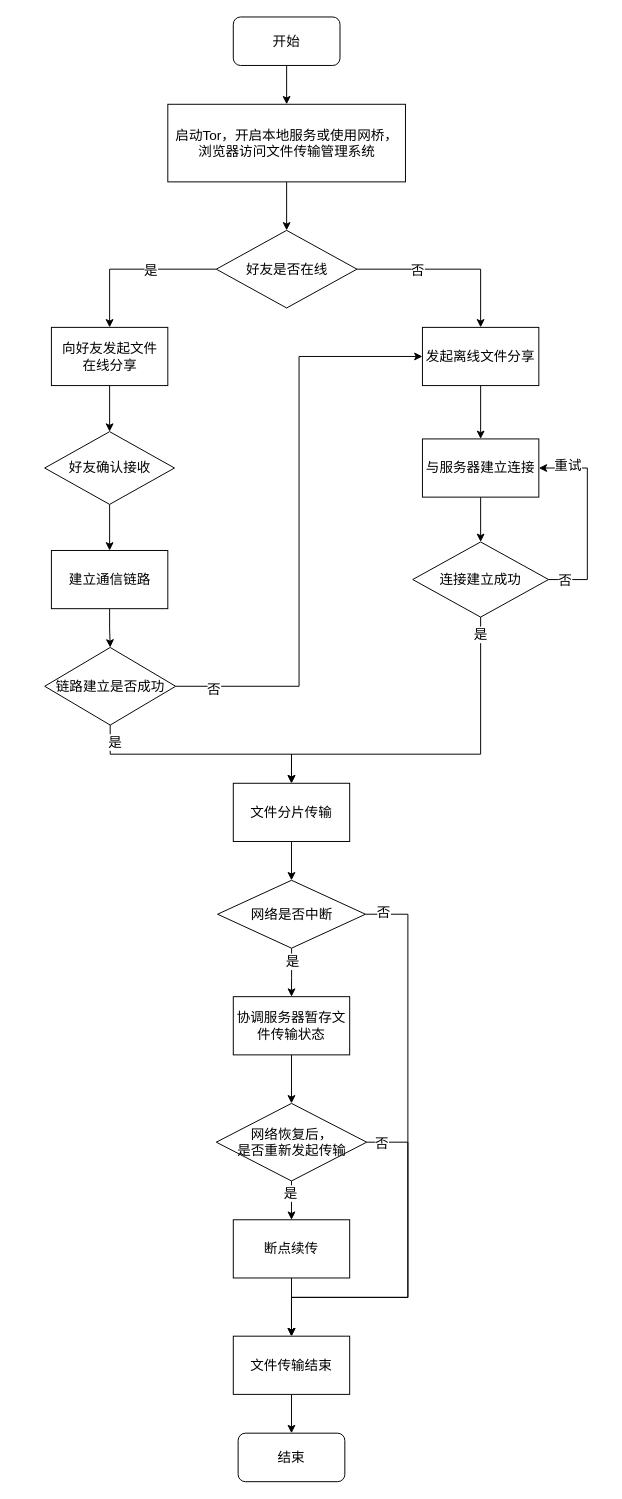
This is 文件传输流程图.drawio from Whistle1988/code, a draw.io file, before an edit. Source tidied: cells renumbered, new cells numbered last; positions are measured from the earlier drawing's top-left corner, leaving out a move shared by most shapes. Both pictures are drawn from the tidied source at 97%, with x=0, y=0 at pixel (45, 16).
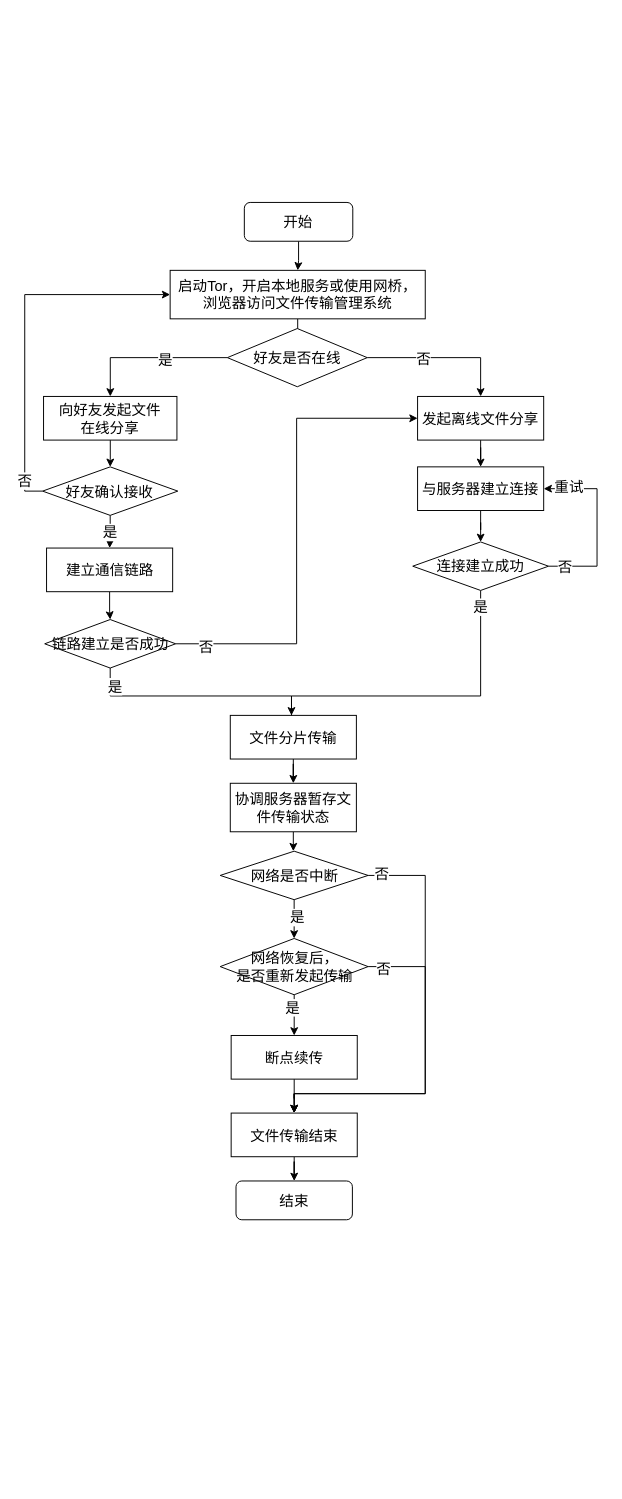
The same page after the edit.

Commit message (it also covers changes not shown here):
Update 文件传输流程图.drawio

What changed in the source:
```diff
@@
-    <mxCell id="2" style="edgeStyle=orthogonalEdgeStyle;rounded=0;jettySize=auto;html=1;fontSize=14;" parent="1" edge="1" source="3" target="5">
+    <mxCell id="2" style="edgeStyle=orthogonalEdgeStyle;rounded=0;jettySize=auto;html=1;fontSize=15;" parent="1" edge="1" source="3" target="5">
       <mxGeometry relative="1" as="geometry" />
     </mxCell>
-    <mxCell id="3" value="开始" style="rounded=1;whiteSpace=wrap;html=1;fontSize=14;" parent="1" vertex="1">
-      <mxGeometry x="194" width="110" height="50" as="geometry" />
+    <mxCell id="3" value="开始" style="rounded=1;whiteSpace=wrap;html=1;fontSize=15;" parent="1" vertex="1">
+      <mxGeometry x="205.4" y="191.2" width="111.8" height="40" as="geometry" />
     </mxCell>
-    <mxCell id="4" style="edgeStyle=orthogonalEdgeStyle;rounded=0;jettySize=auto;html=1;fontSize=14;" parent="1" edge="1" source="5" target="10">
+    <mxCell id="4" style="edgeStyle=orthogonalEdgeStyle;rounded=0;jettySize=auto;html=1;fontSize=15;" parent="1" edge="1" source="5" target="10">
       <mxGeometry relative="1" as="geometry" />
     </mxCell>
-    <mxCell id="5" value="启动Tor，开启本地服务或使用网桥，&lt;br&gt;浏览器访问文件传输管理系统" style="rounded=0;whiteSpace=wrap;html=1;fontSize=14;" parent="1" vertex="1">
-      <mxGeometry x="126.5" y="90" width="245" height="80" as="geometry" />
+    <mxCell id="5" value="启动Tor，开启本地服务或使用网桥，&lt;br style=&quot;font-size: 15px;&quot;&gt;浏览器访问文件传输管理系统" style="rounded=0;whiteSpace=wrap;html=1;fontSize=15;" parent="1" vertex="1">
+      <mxGeometry x="128.9" y="261.2" width="263" height="50" as="geometry" />
     </mxCell>
-    <mxCell id="6" style="edgeStyle=orthogonalEdgeStyle;rounded=0;jettySize=auto;html=1;fontSize=14;" parent="1" edge="1" source="10" target="12">
+    <mxCell id="6" style="edgeStyle=orthogonalEdgeStyle;rounded=0;jettySize=auto;html=1;fontSize=15;" parent="1" edge="1" source="10" target="12">
       <mxGeometry relative="1" as="geometry" />
     </mxCell>
-    <mxCell id="7" value="是" style="edgeLabel;html=1;align=center;verticalAlign=middle;fontSize=14;" parent="6" vertex="1">
+    <mxCell id="7" value="是" style="edgeLabel;html=1;align=center;verticalAlign=middle;fontSize=15;" parent="6" vertex="1">
       <mxGeometry x="-0.2" y="1" relative="1" as="geometry" />
     </mxCell>
-    <mxCell id="8" style="edgeStyle=orthogonalEdgeStyle;rounded=0;jettySize=auto;html=1;fontSize=14;entryX=0.5;entryY=0;entryDx=0;entryDy=0;" parent="1" edge="1" source="10" target="14">
+    <mxCell id="8" style="edgeStyle=orthogonalEdgeStyle;rounded=0;jettySize=auto;html=1;fontSize=15;entryX=0.5;entryY=0;entryDx=0;entryDy=0;exitX=1;exitY=0.5;exitDx=0;exitDy=0;" parent="1" edge="1" source="10" target="14">
       <mxGeometry relative="1" as="geometry">
         <Array as="points">
-          <mxPoint x="449" y="260" />
+          <mxPoint x="449" y="351.2" />
         </Array>
       </mxGeometry>
     </mxCell>
-    <mxCell id="9" value="否" style="edgeLabel;html=1;align=center;verticalAlign=middle;fontSize=14;" parent="8" vertex="1">
+    <mxCell id="9" value="否" style="edgeLabel;html=1;align=center;verticalAlign=middle;fontSize=15;" parent="8" vertex="1">
       <mxGeometry x="-0.68" y="2" relative="1" as="geometry">
         <mxPoint x="32" y="2" as="offset" />
       </mxGeometry>
     </mxCell>
-    <mxCell id="10" value="好友是否在线" style="rhombus;whiteSpace=wrap;html=1;rounded=0;fontSize=14;" parent="1" vertex="1">
-      <mxGeometry x="176.5" y="220" width="145" height="80" as="geometry" />
+    <mxCell id="10" value="好友是否在线" style="rhombus;whiteSpace=wrap;html=1;rounded=0;fontSize=15;" parent="1" vertex="1">
+      <mxGeometry x="187.9" y="321.2" width="144.2" height="60" as="geometry" />
     </mxCell>
-    <mxCell id="11" style="edgeStyle=orthogonalEdgeStyle;rounded=0;jettySize=auto;html=1;fontSize=14;" parent="1" edge="1" source="12" target="16">
+    <mxCell id="11" style="edgeStyle=orthogonalEdgeStyle;rounded=0;jettySize=auto;html=1;fontSize=15;" parent="1" edge="1" source="12" target="16">
       <mxGeometry relative="1" as="geometry" />
     </mxCell>
-    <mxCell id="12" value="向好友发起文件&lt;br&gt;在线分享" style="rounded=0;whiteSpace=wrap;html=1;fontSize=14;" parent="1" vertex="1">
-      <mxGeometry x="6.5" y="320" width="120" height="60" as="geometry" />
+    <mxCell id="12" value="向好友发起文件&lt;br style=&quot;font-size: 15px;&quot;&gt;在线分享" style="rounded=0;whiteSpace=wrap;html=1;fontSize=15;" parent="1" vertex="1">
+      <mxGeometry x="-1.6" y="391.2" width="137.5" height="45" as="geometry" />
     </mxCell>
-    <mxCell id="13" style="edgeStyle=orthogonalEdgeStyle;rounded=0;jettySize=auto;html=1;fontSize=14;" parent="1" edge="1" source="14" target="27">
+    <mxCell id="13" style="edgeStyle=orthogonalEdgeStyle;rounded=0;jettySize=auto;html=1;fontSize=15;" parent="1" edge="1" source="14" target="27">
       <mxGeometry relative="1" as="geometry" />
     </mxCell>
-    <mxCell id="14" value="发起离线文件分享" style="whiteSpace=wrap;html=1;rounded=0;fontSize=14;" parent="1" vertex="1">
-      <mxGeometry x="389" y="320" width="120" height="60" as="geometry" />
+    <mxCell id="14" value="发起离线文件分享" style="whiteSpace=wrap;html=1;rounded=0;fontSize=15;" parent="1" vertex="1">
+      <mxGeometry x="384" y="391.2" width="130" height="45" as="geometry" />
     </mxCell>
-    <mxCell id="15" style="edgeStyle=orthogonalEdgeStyle;rounded=0;jettySize=auto;html=1;fontSize=14;" parent="1" edge="1" source="16" target="18">
+    <mxCell id="15" value="是" style="edgeStyle=orthogonalEdgeStyle;rounded=0;jettySize=auto;html=1;fontSize=15;" parent="1" edge="1" source="16" target="18">
       <mxGeometry relative="1" as="geometry" />
     </mxCell>
+    <mxCell id="51" style="edgeStyle=orthogonalEdgeStyle;rounded=0;jettySize=auto;html=1;fontSize=15;entryX=0;entryY=0.5;entryDx=0;entryDy=0;" parent="1" edge="1" source="16" target="5">
+      <mxGeometry relative="1" as="geometry">
+        <Array as="points">
+          <mxPoint x="-21" y="489" />
+          <mxPoint x="-21" y="286" />
+        </Array>
+      </mxGeometry>
+    </mxCell>
+    <mxCell id="52" value="否" style="edgeLabel;html=1;align=center;verticalAlign=middle;fontSize=15;" parent="51" vertex="1">
+      <mxGeometry x="-0.84" y="1" relative="1" as="geometry" />
+    </mxCell>
-    <mxCell id="16" value="好友确认接收" style="rhombus;whiteSpace=wrap;html=1;rounded=0;fontSize=14;" parent="1" vertex="1">
-      <mxGeometry x="-0.4" y="427.5" width="133.8" height="75" as="geometry" />
+    <mxCell id="16" value="好友确认接收" style="rhombus;whiteSpace=wrap;html=1;rounded=0;fontSize=15;" parent="1" vertex="1">
+      <mxGeometry x="-2.6" y="463.8" width="139.4" height="50" as="geometry" />
     </mxCell>
-    <mxCell id="17" style="edgeStyle=orthogonalEdgeStyle;rounded=0;jettySize=auto;html=1;fontSize=14;" parent="1" edge="1" source="18" target="23">
+    <mxCell id="17" style="edgeStyle=orthogonalEdgeStyle;rounded=0;jettySize=auto;html=1;fontSize=15;" parent="1" edge="1" source="18" target="23">
       <mxGeometry relative="1" as="geometry" />
     </mxCell>
-    <mxCell id="18" value="建立通信链路" style="whiteSpace=wrap;html=1;rounded=0;fontSize=14;" parent="1" vertex="1">
-      <mxGeometry x="6.5" y="550" width="120" height="60" as="geometry" />
+    <mxCell id="18" value="建立通信链路" style="whiteSpace=wrap;html=1;rounded=0;fontSize=15;" parent="1" vertex="1">
+      <mxGeometry x="1.5" y="547.5" width="130" height="45" as="geometry" />
     </mxCell>
-    <mxCell id="19" style="edgeStyle=orthogonalEdgeStyle;rounded=0;jettySize=auto;html=1;entryX=0;entryY=0.5;entryDx=0;entryDy=0;fontSize=14;" parent="1" edge="1" source="23" target="14">
+    <mxCell id="19" style="edgeStyle=orthogonalEdgeStyle;rounded=0;jettySize=auto;html=1;entryX=0;entryY=0.5;entryDx=0;entryDy=0;fontSize=15;" parent="1" edge="1" source="23" target="14">
       <mxGeometry relative="1" as="geometry" />
     </mxCell>
-    <mxCell id="20" value="否" style="edgeLabel;html=1;align=center;verticalAlign=middle;fontSize=14;" parent="19" vertex="1">
+    <mxCell id="20" value="否" style="edgeLabel;html=1;align=center;verticalAlign=middle;fontSize=15;" parent="19" vertex="1">
       <mxGeometry x="-0.87" y="-2" relative="1" as="geometry" />
     </mxCell>
-    <mxCell id="21" style="edgeStyle=orthogonalEdgeStyle;rounded=0;jettySize=auto;html=1;fontSize=14;entryX=0.5;entryY=0;entryDx=0;entryDy=0;" parent="1" edge="1" source="23" target="25">
+    <mxCell id="21" style="edgeStyle=orthogonalEdgeStyle;rounded=0;jettySize=auto;html=1;fontSize=15;" parent="1" edge="1" source="23">
       <mxGeometry relative="1" as="geometry">
+        <mxPoint x="254" y="740" as="targetPoint" />
         <Array as="points">
-          <mxPoint x="67" y="760" />
-          <mxPoint x="254" y="760" />
+          <mxPoint x="67" y="700" />
+          <mxPoint x="254" y="700" />
         </Array>
       </mxGeometry>
     </mxCell>
-    <mxCell id="22" value="是" style="edgeLabel;html=1;align=center;verticalAlign=middle;fontSize=14;" parent="21" vertex="1">
+    <mxCell id="22" value="是" style="edgeLabel;html=1;align=center;verticalAlign=middle;fontSize=15;" parent="21" vertex="1">
       <mxGeometry x="-0.86" y="4" relative="1" as="geometry" />
     </mxCell>
-    <mxCell id="23" value="链路建立是否成功" style="rhombus;whiteSpace=wrap;html=1;rounded=0;fontSize=14;" parent="1" vertex="1">
-      <mxGeometry x="-0.4" y="650" width="135" height="80" as="geometry" />
+    <mxCell id="23" value="链路建立是否成功" style="rhombus;whiteSpace=wrap;html=1;rounded=0;fontSize=15;" parent="1" vertex="1">
+      <mxGeometry x="-0.4" y="621.2" width="135" height="50" as="geometry" />
     </mxCell>
-    <mxCell id="24" style="edgeStyle=orthogonalEdgeStyle;rounded=0;jettySize=auto;html=1;fontSize=14;" parent="1" edge="1" source="25" target="38">
-      <mxGeometry relative="1" as="geometry">
-        <Array as="points">
-          <mxPoint x="239" y="890" />
-          <mxPoint x="239" y="890" />
-        </Array>
-      </mxGeometry>
-    </mxCell>
+    <mxCell id="53" style="edgeStyle=orthogonalEdgeStyle;rounded=0;jettySize=auto;html=1;fontSize=15;" parent="1" edge="1" source="25" target="40">
+      <mxGeometry relative="1" as="geometry" />
+    </mxCell>
-    <mxCell id="25" value="文件分片传输" style="whiteSpace=wrap;html=1;rounded=0;fontSize=14;" parent="1" vertex="1">
-      <mxGeometry x="194" y="790" width="120" height="60" as="geometry" />
+    <mxCell id="25" value="文件分片传输" style="whiteSpace=wrap;html=1;rounded=0;fontSize=15;" parent="1" vertex="1">
+      <mxGeometry x="190.9" y="720" width="130" height="45" as="geometry" />
     </mxCell>
-    <mxCell id="26" style="edgeStyle=orthogonalEdgeStyle;rounded=0;jettySize=auto;html=1;fontSize=14;" parent="1" edge="1" source="27" target="33">
+    <mxCell id="26" style="edgeStyle=orthogonalEdgeStyle;rounded=0;jettySize=auto;html=1;fontSize=15;" parent="1" edge="1" source="27" target="33">
       <mxGeometry relative="1" as="geometry" />
     </mxCell>
-    <mxCell id="27" value="与服务器建立连接" style="whiteSpace=wrap;html=1;rounded=0;fontSize=14;" parent="1" vertex="1">
-      <mxGeometry x="389" y="435" width="120" height="60" as="geometry" />
+    <mxCell id="27" value="与服务器建立连接" style="whiteSpace=wrap;html=1;rounded=0;fontSize=15;" parent="1" vertex="1">
+      <mxGeometry x="384" y="463.8" width="130" height="45" as="geometry" />
     </mxCell>
-    <mxCell id="28" style="edgeStyle=orthogonalEdgeStyle;rounded=0;jettySize=auto;html=1;entryX=1;entryY=0.5;entryDx=0;entryDy=0;fontSize=14;" parent="1" edge="1" source="33" target="27">
+    <mxCell id="28" style="edgeStyle=orthogonalEdgeStyle;rounded=0;jettySize=auto;html=1;entryX=1;entryY=0.5;entryDx=0;entryDy=0;fontSize=15;" parent="1" edge="1" source="33" target="27">
       <mxGeometry relative="1" as="geometry">
         <Array as="points">
-          <mxPoint x="559" y="580" />
-          <mxPoint x="559" y="465" />
+          <mxPoint x="569" y="566.2" />
+          <mxPoint x="569" y="486.2" />
         </Array>
       </mxGeometry>
     </mxCell>
-    <mxCell id="29" value="否" style="edgeLabel;html=1;align=center;verticalAlign=middle;fontSize=14;" parent="28" vertex="1">
+    <mxCell id="29" value="否" style="edgeLabel;html=1;align=center;verticalAlign=middle;fontSize=15;" parent="28" vertex="1">
       <mxGeometry x="-0.83" relative="1" as="geometry" />
     </mxCell>
-    <mxCell id="30" value="重试" style="edgeLabel;html=1;align=center;verticalAlign=middle;fontSize=14;" parent="28" vertex="1">
+    <mxCell id="30" value="重试" style="edgeLabel;html=1;align=center;verticalAlign=middle;fontSize=15;" parent="28" vertex="1">
       <mxGeometry x="0.72" y="-3" relative="1" as="geometry" />
     </mxCell>
-    <mxCell id="31" style="edgeStyle=orthogonalEdgeStyle;rounded=0;jettySize=auto;html=1;entryX=0.5;entryY=0;entryDx=0;entryDy=0;fontSize=14;" parent="1" edge="1" source="33" target="25">
+    <mxCell id="31" style="edgeStyle=orthogonalEdgeStyle;rounded=0;jettySize=auto;html=1;fontSize=15;" parent="1" edge="1" source="33">
       <mxGeometry relative="1" as="geometry">
+        <mxPoint x="254" y="720" as="targetPoint" />
         <Array as="points">
-          <mxPoint x="449" y="760" />
-          <mxPoint x="254" y="760" />
+          <mxPoint x="449" y="700" />
+          <mxPoint x="254" y="700" />
         </Array>
       </mxGeometry>
     </mxCell>
-    <mxCell id="32" value="是" style="edgeLabel;html=1;align=center;verticalAlign=middle;fontSize=14;" parent="31" vertex="1">
+    <mxCell id="32" value="是" style="edgeLabel;html=1;align=center;verticalAlign=middle;fontSize=15;" parent="31" vertex="1">
       <mxGeometry x="-0.9" y="-1" relative="1" as="geometry" />
     </mxCell>
-    <mxCell id="33" value="连接建立成功" style="rhombus;whiteSpace=wrap;html=1;rounded=0;fontSize=14;" parent="1" vertex="1">
-      <mxGeometry x="379" y="541.2" width="140" height="77.5" as="geometry" />
+    <mxCell id="33" value="连接建立成功" style="rhombus;whiteSpace=wrap;html=1;rounded=0;fontSize=15;" parent="1" vertex="1">
+      <mxGeometry x="379" y="541.2" width="140" height="50" as="geometry" />
     </mxCell>
-    <mxCell id="34" style="edgeStyle=orthogonalEdgeStyle;rounded=0;jettySize=auto;html=1;fontSize=14;entryX=0.5;entryY=0;entryDx=0;entryDy=0;" parent="1" edge="1" source="38" target="40">
-      <mxGeometry relative="1" as="geometry">
-        <Array as="points">
-          <mxPoint x="254" y="990" />
-          <mxPoint x="254" y="990" />
-        </Array>
-      </mxGeometry>
-    </mxCell>
-    <mxCell id="35" value="是" style="edgeLabel;html=1;align=center;verticalAlign=middle;fontSize=14;" parent="34" vertex="1">
-      <mxGeometry x="-0.44" relative="1" as="geometry" />
-    </mxCell>
-    <mxCell id="36" style="edgeStyle=orthogonalEdgeStyle;rounded=0;jettySize=auto;html=1;entryX=0.5;entryY=0;entryDx=0;entryDy=0;fontSize=14;" parent="1" edge="1" source="38" target="49">
+    <mxCell id="36" style="edgeStyle=orthogonalEdgeStyle;rounded=0;jettySize=auto;html=1;entryX=0.5;entryY=0;entryDx=0;entryDy=0;fontSize=15;" parent="1" edge="1" source="38" target="49">
       <mxGeometry relative="1" as="geometry">
         <Array as="points">
-          <mxPoint x="374" y="925" />
-          <mxPoint x="374" y="1320" />
-          <mxPoint x="254" y="1320" />
+          <mxPoint x="391.9" y="885" />
+          <mxPoint x="391.9" y="1110" />
+          <mxPoint x="256.9" y="1110" />
         </Array>
       </mxGeometry>
     </mxCell>
-    <mxCell id="37" value="否" style="edgeLabel;html=1;align=center;verticalAlign=middle;fontSize=14;" parent="36" vertex="1">
+    <mxCell id="37" value="否" style="edgeLabel;html=1;align=center;verticalAlign=middle;fontSize=15;" parent="36" vertex="1">
       <mxGeometry x="-0.94" y="3" relative="1" as="geometry" />
     </mxCell>
+    <mxCell id="54" style="edgeStyle=orthogonalEdgeStyle;rounded=0;jettySize=auto;html=1;fontSize=15;" parent="1" edge="1" source="38" target="45">
+      <mxGeometry relative="1" as="geometry" />
+    </mxCell>
+    <mxCell id="35" value="是" style="edgeLabel;html=1;align=center;verticalAlign=middle;fontSize=15;" parent="54" vertex="1">
+      <mxGeometry x="-0.15" y="3" relative="1" as="geometry" />
+    </mxCell>
-    <mxCell id="38" value="网络是否中断" style="rhombus;whiteSpace=wrap;html=1;rounded=0;fontSize=14;" parent="1" vertex="1">
-      <mxGeometry x="177.8" y="890" width="152.5" height="70" as="geometry" />
+    <mxCell id="38" value="网络是否中断" style="rhombus;whiteSpace=wrap;html=1;rounded=0;fontSize=15;" parent="1" vertex="1">
+      <mxGeometry x="180.5" y="860" width="152.5" height="50" as="geometry" />
     </mxCell>
-    <mxCell id="39" style="edgeStyle=orthogonalEdgeStyle;rounded=0;jettySize=auto;html=1;fontSize=14;" parent="1" edge="1" source="40" target="45">
-      <mxGeometry relative="1" as="geometry" />
-    </mxCell>
-    <mxCell id="40" value="协调服务器暂存文件传输状态" style="whiteSpace=wrap;html=1;rounded=0;fontSize=14;" parent="1" vertex="1">
-      <mxGeometry x="194" y="1010" width="120" height="60" as="geometry" />
-    </mxCell>
-    <mxCell id="41" style="edgeStyle=orthogonalEdgeStyle;rounded=0;jettySize=auto;html=1;fontSize=14;" parent="1" edge="1" source="45" target="47">
+    <mxCell id="41" style="edgeStyle=orthogonalEdgeStyle;rounded=0;jettySize=auto;html=1;fontSize=15;" parent="1" edge="1" source="45" target="47">
       <mxGeometry relative="1" as="geometry" />
     </mxCell>
-    <mxCell id="42" value="是" style="edgeLabel;html=1;align=center;verticalAlign=middle;fontSize=14;" parent="41" vertex="1">
+    <mxCell id="42" value="是" style="edgeLabel;html=1;align=center;verticalAlign=middle;fontSize=15;" parent="41" vertex="1">
       <mxGeometry x="-0.4" y="-2" relative="1" as="geometry" />
     </mxCell>
-    <mxCell id="43" style="edgeStyle=orthogonalEdgeStyle;rounded=0;jettySize=auto;html=1;entryX=0.5;entryY=0;entryDx=0;entryDy=0;fontSize=14;" parent="1" edge="1" source="45" target="49">
+    <mxCell id="43" style="edgeStyle=orthogonalEdgeStyle;rounded=0;jettySize=auto;html=1;entryX=0.5;entryY=0;entryDx=0;entryDy=0;fontSize=15;" parent="1" edge="1" source="45" target="49">
       <mxGeometry relative="1" as="geometry">
         <Array as="points">
-          <mxPoint x="374" y="1160" />
-          <mxPoint x="374" y="1320" />
-          <mxPoint x="254" y="1320" />
+          <mxPoint x="391.9" y="979" />
+          <mxPoint x="391.9" y="1110" />
+          <mxPoint x="256.9" y="1110" />
         </Array>
       </mxGeometry>
     </mxCell>
-    <mxCell id="44" value="否" style="edgeLabel;html=1;align=center;verticalAlign=middle;fontSize=14;" parent="43" vertex="1">
+    <mxCell id="44" value="否" style="edgeLabel;html=1;align=center;verticalAlign=middle;fontSize=15;" parent="43" vertex="1">
       <mxGeometry x="-0.92" y="-1" relative="1" as="geometry">
         <mxPoint x="1" as="offset" />
       </mxGeometry>
     </mxCell>
-    <mxCell id="45" value="网络恢复后，&lt;br&gt;是否重新发起传输" style="rhombus;whiteSpace=wrap;html=1;rounded=0;fontSize=14;" parent="1" vertex="1">
-      <mxGeometry x="176.5" y="1120" width="155" height="80" as="geometry" />
+    <mxCell id="45" value="&lt;span&gt;网络恢复后，&lt;/span&gt;&lt;br&gt;&lt;span&gt;是否重新发起传输&lt;/span&gt;" style="rhombus;whiteSpace=wrap;html=1;rounded=0;fontSize=15;" parent="1" vertex="1">
+      <mxGeometry x="180.5" y="950" width="152.5" height="58" as="geometry" />
     </mxCell>
-    <mxCell id="46" style="edgeStyle=orthogonalEdgeStyle;rounded=0;jettySize=auto;html=1;fontSize=14;" parent="1" edge="1" source="47" target="49">
+    <mxCell id="46" style="edgeStyle=orthogonalEdgeStyle;rounded=0;jettySize=auto;html=1;fontSize=15;" parent="1" edge="1" source="47" target="49">
       <mxGeometry relative="1" as="geometry" />
     </mxCell>
-    <mxCell id="47" value="断点续传" style="whiteSpace=wrap;html=1;rounded=0;fontSize=14;" parent="1" vertex="1">
-      <mxGeometry x="194" y="1240" width="120" height="60" as="geometry" />
+    <mxCell id="47" value="断点续传" style="whiteSpace=wrap;html=1;rounded=0;fontSize=15;" parent="1" vertex="1">
+      <mxGeometry x="191.8" y="1050" width="130" height="45" as="geometry" />
     </mxCell>
-    <mxCell id="48" style="edgeStyle=orthogonalEdgeStyle;rounded=0;jettySize=auto;html=1;fontSize=14;" parent="1" edge="1" source="49" target="50">
+    <mxCell id="48" style="edgeStyle=orthogonalEdgeStyle;rounded=0;jettySize=auto;html=1;fontSize=15;" parent="1" edge="1" source="49" target="50">
       <mxGeometry relative="1" as="geometry" />
     </mxCell>
-    <mxCell id="49" value="文件传输结束" style="whiteSpace=wrap;html=1;rounded=0;fontSize=14;" parent="1" vertex="1">
-      <mxGeometry x="194" y="1360" width="120" height="60" as="geometry" />
+    <mxCell id="49" value="文件传输结束" style="whiteSpace=wrap;html=1;rounded=0;fontSize=15;" parent="1" vertex="1">
+      <mxGeometry x="191.8" y="1130" width="130" height="45" as="geometry" />
     </mxCell>
-    <mxCell id="50" value="结束" style="rounded=1;whiteSpace=wrap;html=1;fontSize=14;" parent="1" vertex="1">
-      <mxGeometry x="199" y="1460" width="110" height="50" as="geometry" />
+    <mxCell id="50" value="结束" style="rounded=1;whiteSpace=wrap;html=1;fontSize=15;" parent="1" vertex="1">
+      <mxGeometry x="196.8" y="1200" width="120" height="40" as="geometry" />
     </mxCell>
+    <mxCell id="55" style="edgeStyle=orthogonalEdgeStyle;rounded=0;jettySize=auto;html=1;fontSize=15;" parent="1" edge="1" source="40" target="38">
+      <mxGeometry relative="1" as="geometry" />
+    </mxCell>
+    <mxCell id="40" value="协调服务器暂存文件传输状态" style="whiteSpace=wrap;html=1;rounded=0;fontSize=15;" parent="1" vertex="1">
+      <mxGeometry x="190.9" y="790" width="130" height="50" as="geometry" />
+    </mxCell>
```
